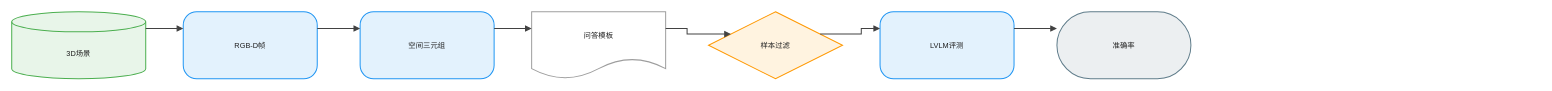
The draw.io diagram client/public/drawio/EmbSpatial-Bench/EmbSpatial-Bench.zh.drawio in joe1chief/benchmark-hub, before the edit. Source tidied: cells renumbered, new cells numbered last; positions are measured from the earlier drawing's top-left corner, leaving out a move shared by most shapes. Both pictures are drawn from the tidied source at 67%, with x=0, y=0 at pixel (11, 11).
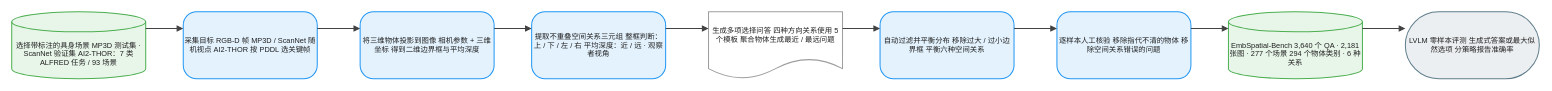
Above is the later version.

The edit, as a diff of the source:
```diff
@@
 <mxGraphModel background="#FFFFFF">
   <root>
     <mxCell id="0" />
     <mxCell id="1" parent="0" />
-    <mxCell id="2" value="3D场景" style="shape=cylinder3;boundedLbl=1;backgroundOutline=1;size=15;html=1;whiteSpace=wrap;fillColor=#E8F5E9;strokeColor=#4CAF50;strokeWidth=1.5;fontColor=#212121;fontSize=11;fontFamily=Arial, Helvetica, sans-serif;verticalAlign=middle;align=center;" parent="1" vertex="1">
+    <mxCell id="2" value="选择带标注的具身场景 MP3D 测试集 · ScanNet 验证集 AI2-THOR：7 类 ALFRED 任务 / 93 场景" style="shape=cylinder3;boundedLbl=1;backgroundOutline=1;size=15;html=1;whiteSpace=wrap;fillColor=#E8F5E9;strokeColor=#4CAF50;strokeWidth=1.5;fontColor=#212121;fontSize=11;fontFamily=Arial, Helvetica, sans-serif;verticalAlign=middle;align=center;" parent="1" vertex="1">
       <mxGeometry width="200" height="100" as="geometry" />
     </mxCell>
-    <mxCell id="3" value="RGB-D帧" style="rounded=1;arcSize=20;html=1;whiteSpace=wrap;fillColor=#E3F2FD;strokeColor=#2196F3;strokeWidth=1.5;fontColor=#212121;fontSize=11;fontFamily=Arial, Helvetica, sans-serif;verticalAlign=middle;align=center;" parent="1" vertex="1">
+    <mxCell id="3" value="采集目标 RGB-D 帧 MP3D / ScanNet 随机视点 AI2-THOR 按 PDDL 选关键帧" style="rounded=1;arcSize=20;html=1;whiteSpace=wrap;fillColor=#E3F2FD;strokeColor=#2196F3;strokeWidth=1.5;fontColor=#212121;fontSize=11;fontFamily=Arial, Helvetica, sans-serif;verticalAlign=middle;align=center;" parent="1" vertex="1">
       <mxGeometry x="256" width="200" height="100" as="geometry" />
     </mxCell>
-    <mxCell id="4" value="空间三元组" style="rounded=1;arcSize=20;html=1;whiteSpace=wrap;fillColor=#E3F2FD;strokeColor=#2196F3;strokeWidth=1.5;fontColor=#212121;fontSize=11;fontFamily=Arial, Helvetica, sans-serif;verticalAlign=middle;align=center;" parent="1" vertex="1">
+    <mxCell id="4" value="将三维物体投影到图像 相机参数 + 三维坐标 得到二维边界框与平均深度" style="rounded=1;arcSize=20;html=1;whiteSpace=wrap;fillColor=#E3F2FD;strokeColor=#2196F3;strokeWidth=1.5;fontColor=#212121;fontSize=11;fontFamily=Arial, Helvetica, sans-serif;verticalAlign=middle;align=center;" parent="1" vertex="1">
       <mxGeometry x="520" width="200" height="100" as="geometry" />
     </mxCell>
-    <mxCell id="5" value="问答模板" style="shape=document;boundedLbl=1;html=1;whiteSpace=wrap;fillColor=#FFFFFF;strokeColor=#9E9E9E;strokeWidth=1.5;fontColor=#212121;fontSize=11;fontFamily=Arial, Helvetica, sans-serif;verticalAlign=middle;align=center;" parent="1" vertex="1">
+    <mxCell id="5" value="提取不重叠空间关系三元组 整框判断：上 / 下 / 左 / 右 平均深度：近 / 远 · 观察者视角" style="rounded=1;arcSize=20;html=1;whiteSpace=wrap;fillColor=#E3F2FD;strokeColor=#2196F3;strokeWidth=1.5;fontColor=#212121;fontSize=11;fontFamily=Arial, Helvetica, sans-serif;verticalAlign=middle;align=center;" parent="1" vertex="1">
       <mxGeometry x="776" width="200" height="100" as="geometry" />
     </mxCell>
-    <mxCell id="6" value="样本过滤" style="rhombus;html=1;whiteSpace=wrap;fillColor=#FFF3E0;strokeColor=#FF9800;strokeWidth=1.5;fontColor=#212121;fontSize=11;fontFamily=Arial, Helvetica, sans-serif;verticalAlign=middle;align=center;" parent="1" vertex="1">
+    <mxCell id="6" value="生成多项选择问答 四种方向关系使用 5 个模板 聚合物体生成最近 / 最远问题" style="shape=document;boundedLbl=1;html=1;whiteSpace=wrap;fillColor=#FFFFFF;strokeColor=#9E9E9E;strokeWidth=1.5;fontColor=#212121;fontSize=11;fontFamily=Arial, Helvetica, sans-serif;verticalAlign=middle;align=center;" parent="1" vertex="1">
       <mxGeometry x="1040" width="200" height="100" as="geometry" />
     </mxCell>
-    <mxCell id="7" value="LVLM评测" style="rounded=1;arcSize=20;html=1;whiteSpace=wrap;fillColor=#E3F2FD;strokeColor=#2196F3;strokeWidth=1.5;fontColor=#212121;fontSize=11;fontFamily=Arial, Helvetica, sans-serif;verticalAlign=middle;align=center;" parent="1" vertex="1">
+    <mxCell id="7" value="自动过滤并平衡分布 移除过大 / 过小边界框 平衡六种空间关系" style="rounded=1;arcSize=20;html=1;whiteSpace=wrap;fillColor=#E3F2FD;strokeColor=#2196F3;strokeWidth=1.5;fontColor=#212121;fontSize=11;fontFamily=Arial, Helvetica, sans-serif;verticalAlign=middle;align=center;" parent="1" vertex="1">
       <mxGeometry x="1296" width="200" height="100" as="geometry" />
     </mxCell>
-    <mxCell id="8" value="准确率" style="rounded=1;arcSize=50;html=1;whiteSpace=wrap;fillColor=#ECEFF1;strokeColor=#607D8B;strokeWidth=1.5;fontColor=#212121;fontSize=11;fontFamily=Arial, Helvetica, sans-serif;verticalAlign=middle;align=center;" parent="1" vertex="1">
+    <mxCell id="8" value="逐样本人工核验 移除指代不清的物体 移除空间关系错误的问题" style="rounded=1;arcSize=20;html=1;whiteSpace=wrap;fillColor=#E3F2FD;strokeColor=#2196F3;strokeWidth=1.5;fontColor=#212121;fontSize=11;fontFamily=Arial, Helvetica, sans-serif;verticalAlign=middle;align=center;" parent="1" vertex="1">
       <mxGeometry x="1560" width="200" height="100" as="geometry" />
     </mxCell>
-    <mxCell id="9" style="edgeStyle=orthogonalEdgeStyle;rounded=0;jettySize=auto;html=1;strokeColor=#424242;strokeWidth=1.5;endArrow=block;endFill=1;exitX=1;exitY=0.25;exitDx=0;exitDy=0;entryX=0;entryY=0.25;entryDx=0;entryDy=0;jumpStyle=arc;jumpSize=8;" parent="1" edge="1" source="2" target="3">
-      <mxGeometry relative="1" as="geometry" />
+    <mxCell id="9" value="EmbSpatial-Bench 3,640 个 QA · 2,181 张图 · 277 个场景 294 个物体类别 · 6 种关系" style="shape=cylinder3;boundedLbl=1;backgroundOutline=1;size=15;html=1;whiteSpace=wrap;fillColor=#E8F5E9;strokeColor=#4CAF50;strokeWidth=1.5;fontColor=#212121;fontSize=11;fontFamily=Arial, Helvetica, sans-serif;verticalAlign=middle;align=center;" parent="1" vertex="1">
+      <mxGeometry x="1816" width="200" height="100" as="geometry" />
     </mxCell>
-    <mxCell id="10" style="edgeStyle=orthogonalEdgeStyle;rounded=0;jettySize=auto;html=1;strokeColor=#424242;strokeWidth=1.5;endArrow=block;endFill=1;exitX=1;exitY=0.25;exitDx=0;exitDy=0;entryX=0;entryY=0.25;entryDx=0;entryDy=0;jumpStyle=arc;jumpSize=8;" parent="1" edge="1" source="3" target="4">
-      <mxGeometry relative="1" as="geometry" />
+    <mxCell id="10" value="LVLM 零样本评测 生成式答案或最大似然选项 分策略报告准确率" style="rounded=1;arcSize=50;html=1;whiteSpace=wrap;fillColor=#ECEFF1;strokeColor=#607D8B;strokeWidth=1.5;fontColor=#212121;fontSize=11;fontFamily=Arial, Helvetica, sans-serif;verticalAlign=middle;align=center;" parent="1" vertex="1">
+      <mxGeometry x="2080" width="200" height="100" as="geometry" />
     </mxCell>
-    <mxCell id="11" style="edgeStyle=orthogonalEdgeStyle;rounded=0;jettySize=auto;html=1;strokeColor=#424242;strokeWidth=1.5;endArrow=block;endFill=1;exitX=1;exitY=0.25;exitDx=0;exitDy=0;entryX=0;entryY=0.25;entryDx=0;entryDy=0;jumpStyle=arc;jumpSize=8;" parent="1" edge="1" source="4" target="5">
+    <mxCell id="11" style="edgeStyle=orthogonalEdgeStyle;rounded=0;jettySize=auto;html=1;strokeColor=#424242;strokeWidth=1.5;endArrow=block;endFill=1;exitX=1;exitY=0.25;exitDx=0;exitDy=0;entryX=0;entryY=0.25;entryDx=0;entryDy=0;jumpStyle=arc;jumpSize=8;" parent="1" edge="1" source="2" target="3">
       <mxGeometry relative="1" as="geometry" />
     </mxCell>
-    <mxCell id="12" style="edgeStyle=orthogonalEdgeStyle;rounded=0;jettySize=auto;html=1;strokeColor=#424242;strokeWidth=1.5;endArrow=block;endFill=1;exitX=1;exitY=0.25;exitDx=0;exitDy=0;entryX=0;entryY=0.25;entryDx=0;entryDy=0;jumpStyle=arc;jumpSize=8;" parent="1" edge="1" source="5" target="6">
+    <mxCell id="12" style="edgeStyle=orthogonalEdgeStyle;rounded=0;jettySize=auto;html=1;strokeColor=#424242;strokeWidth=1.5;endArrow=block;endFill=1;exitX=1;exitY=0.25;exitDx=0;exitDy=0;entryX=0;entryY=0.25;entryDx=0;entryDy=0;jumpStyle=arc;jumpSize=8;" parent="1" edge="1" source="3" target="4">
       <mxGeometry relative="1" as="geometry" />
     </mxCell>
-    <mxCell id="13" style="edgeStyle=orthogonalEdgeStyle;rounded=0;jettySize=auto;html=1;strokeColor=#424242;strokeWidth=1.5;endArrow=block;endFill=1;exitX=1;exitY=0.25;exitDx=0;exitDy=0;entryX=0;entryY=0.25;entryDx=0;entryDy=0;jumpStyle=arc;jumpSize=8;" parent="1" edge="1" source="6" target="7">
+    <mxCell id="13" style="edgeStyle=orthogonalEdgeStyle;rounded=0;jettySize=auto;html=1;strokeColor=#424242;strokeWidth=1.5;endArrow=block;endFill=1;exitX=1;exitY=0.25;exitDx=0;exitDy=0;entryX=0;entryY=0.25;entryDx=0;entryDy=0;jumpStyle=arc;jumpSize=8;" parent="1" edge="1" source="4" target="5">
       <mxGeometry relative="1" as="geometry" />
     </mxCell>
-    <mxCell id="14" style="edgeStyle=orthogonalEdgeStyle;rounded=0;jettySize=auto;html=1;strokeColor=#424242;strokeWidth=1.5;endArrow=block;endFill=1;exitX=1;exitY=0.25;exitDx=0;exitDy=0;entryX=0;entryY=0.25;entryDx=0;entryDy=0;jumpStyle=arc;jumpSize=8;" parent="1" edge="1" source="7" target="8">
+    <mxCell id="14" style="edgeStyle=orthogonalEdgeStyle;rounded=0;jettySize=auto;html=1;strokeColor=#424242;strokeWidth=1.5;endArrow=block;endFill=1;exitX=1;exitY=0.25;exitDx=0;exitDy=0;entryX=0;entryY=0.25;entryDx=0;entryDy=0;jumpStyle=arc;jumpSize=8;" parent="1" edge="1" source="5" target="6">
       <mxGeometry relative="1" as="geometry" />
     </mxCell>
+    <mxCell id="15" style="edgeStyle=orthogonalEdgeStyle;rounded=0;jettySize=auto;html=1;strokeColor=#424242;strokeWidth=1.5;endArrow=block;endFill=1;exitX=1;exitY=0.25;exitDx=0;exitDy=0;entryX=0;entryY=0.25;entryDx=0;entryDy=0;jumpStyle=arc;jumpSize=8;" parent="1" edge="1" source="6" target="7">
+      <mxGeometry relative="1" as="geometry" />
+    </mxCell>
+    <mxCell id="16" style="edgeStyle=orthogonalEdgeStyle;rounded=0;jettySize=auto;html=1;strokeColor=#424242;strokeWidth=1.5;endArrow=block;endFill=1;exitX=1;exitY=0.25;exitDx=0;exitDy=0;entryX=0;entryY=0.25;entryDx=0;entryDy=0;jumpStyle=arc;jumpSize=8;" parent="1" edge="1" source="7" target="8">
+      <mxGeometry relative="1" as="geometry" />
+    </mxCell>
+    <mxCell id="17" style="edgeStyle=orthogonalEdgeStyle;rounded=0;jettySize=auto;html=1;strokeColor=#424242;strokeWidth=1.5;endArrow=block;endFill=1;exitX=1;exitY=0.25;exitDx=0;exitDy=0;entryX=0;entryY=0.25;entryDx=0;entryDy=0;jumpStyle=arc;jumpSize=8;" parent="1" edge="1" source="8" target="9">
+      <mxGeometry relative="1" as="geometry" />
+    </mxCell>
+    <mxCell id="18" style="edgeStyle=orthogonalEdgeStyle;rounded=0;jettySize=auto;html=1;strokeColor=#424242;strokeWidth=1.5;endArrow=block;endFill=1;exitX=1;exitY=0.25;exitDx=0;exitDy=0;entryX=0;entryY=0.25;entryDx=0;entryDy=0;jumpStyle=arc;jumpSize=8;" parent="1" edge="1" source="9" target="10">
+      <mxGeometry relative="1" as="geometry" />
+    </mxCell>
   </root>
 </mxGraphModel>
```
